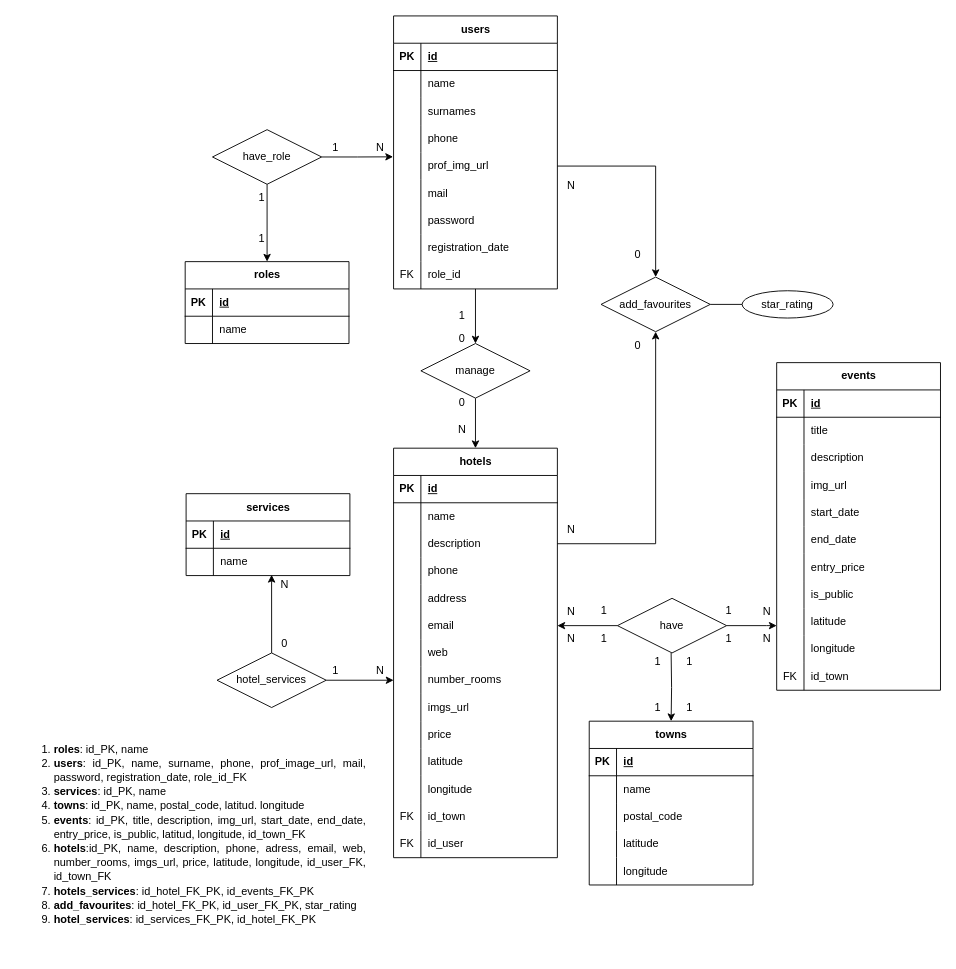
The draw.io diagram c6_hohoHotel.drawio in SerotDev/sru-abi-rlm-project-backend, before the edit. Source tidied: cells renumbered, new cells numbered last; positions are measured from the earlier drawing's top-left corner, leaving out a move shared by most shapes. Both pictures are drawn from the tidied source at 91%, with x=0, y=0 at pixel (15, 15).
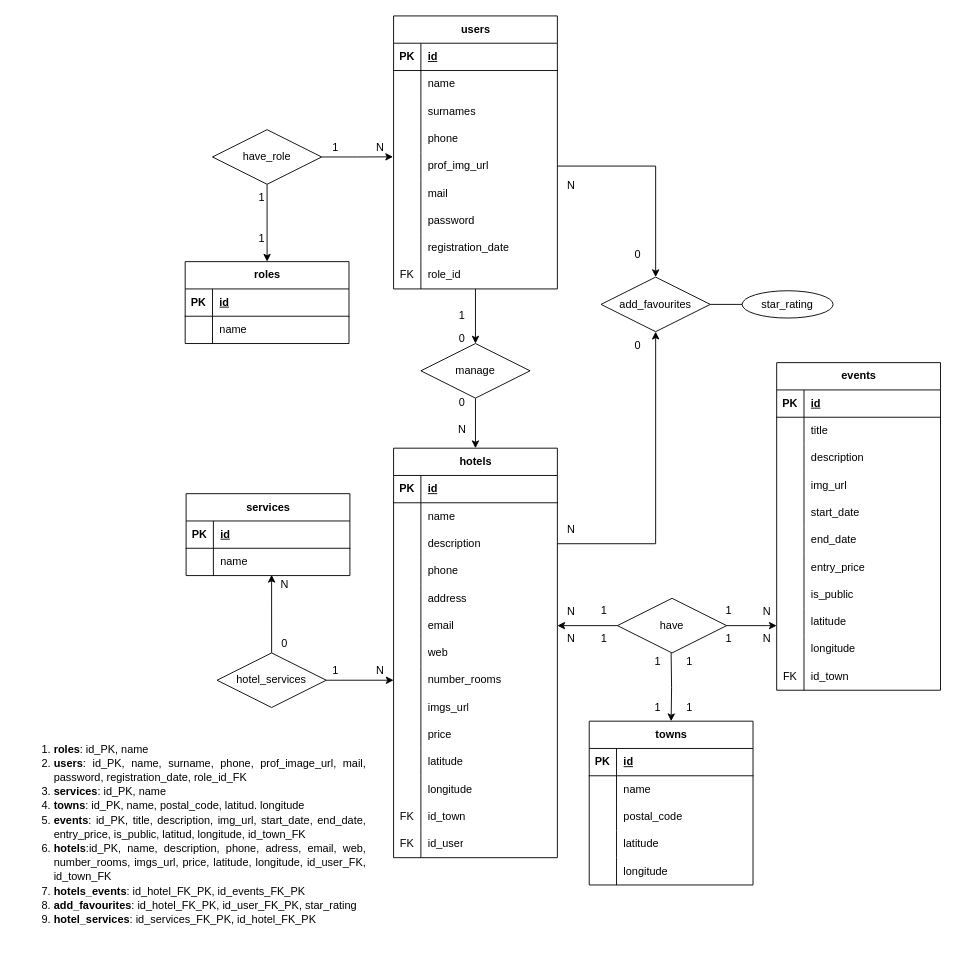
The same page after the edit.

Diff of the diagram source:
```diff
@@
-    <mxCell id="186" value="&lt;ol&gt;&lt;li style=&quot;line-height: 130%;&quot; align=&quot;justify&quot;&gt;&lt;font style=&quot;background-color: rgb(255, 255, 255);&quot;&gt;&lt;b&gt;roles&lt;/b&gt;: id_PK, name&lt;/font&gt;&lt;/li&gt;&lt;li style=&quot;line-height: 130%;&quot; align=&quot;justify&quot;&gt;&lt;font style=&quot;background-color: rgb(255, 255, 255);&quot;&gt;&lt;b&gt;users&lt;/b&gt;: id_PK, name, surname, phone, prof_image_url, mail, password, registration_date, role_id_FK&lt;/font&gt;&lt;/li&gt;&lt;li style=&quot;line-height: 130%;&quot; align=&quot;justify&quot;&gt;&lt;font style=&quot;background-color: rgb(255, 255, 255);&quot;&gt;&lt;b&gt;services&lt;/b&gt;: id_PK, name&lt;/font&gt;&lt;/li&gt;&lt;li style=&quot;line-height: 130%;&quot; align=&quot;justify&quot;&gt;&lt;font style=&quot;background-color: rgb(255, 255, 255);&quot;&gt;&lt;b&gt;towns&lt;/b&gt;: id_PK, name, postal_code, latitud. longitude&lt;/font&gt;&lt;/li&gt;&lt;li style=&quot;line-height: 130%;&quot; align=&quot;justify&quot;&gt;&lt;font style=&quot;background-color: rgb(255, 255, 255);&quot;&gt;&lt;b&gt;events&lt;/b&gt;: id_PK, title, description, img_url, start_date, end_date, entry_price, is_public, latitud, longitude, id_town_FK&lt;/font&gt;&lt;/li&gt;&lt;li style=&quot;line-height: 130%;&quot; align=&quot;justify&quot;&gt;&lt;font style=&quot;background-color: rgb(255, 255, 255);&quot;&gt;&lt;b&gt;hotels&lt;/b&gt;:id_PK, name, description, phone, adress, email, web, number_rooms, imgs_url, price, latitude, longitude, id_user_FK, id_town_FK&lt;/font&gt;&lt;/li&gt;&lt;li style=&quot;line-height: 130%;&quot; align=&quot;justify&quot;&gt;&lt;font style=&quot;background-color: rgb(255, 255, 255);&quot;&gt;&lt;b&gt;hotels_services&lt;/b&gt;: id_hotel_FK_PK, id_events_FK_PK&lt;/font&gt;&lt;/li&gt;&lt;li style=&quot;line-height: 130%;&quot; align=&quot;justify&quot;&gt;&lt;font style=&quot;background-color: rgb(255, 255, 255);&quot;&gt;&lt;b&gt;add_favourites&lt;/b&gt;: id_hotel_FK_PK, id_user_FK_PK, star_rating&lt;/font&gt;&lt;/li&gt;&lt;li style=&quot;line-height: 130%;&quot; align=&quot;justify&quot;&gt;&lt;font style=&quot;background-color: rgb(255, 255, 255);&quot;&gt;&lt;b&gt;hotel_services&lt;/b&gt;: id_services_FK_PK, id_hotel_FK_PK&lt;/font&gt;&lt;/li&gt;&lt;/ol&gt;&lt;div&gt;&lt;br&gt;&lt;/div&gt;" style="text;html=1;strokeColor=none;fillColor=none;align=left;verticalAlign=top;whiteSpace=wrap;rounded=0;" parent="1" vertex="1">
+    <mxCell id="186" value="&lt;ol&gt;&lt;li style=&quot;line-height: 130%;&quot; align=&quot;justify&quot;&gt;&lt;font style=&quot;background-color: rgb(255, 255, 255);&quot;&gt;&lt;b&gt;roles&lt;/b&gt;: id_PK, name&lt;/font&gt;&lt;/li&gt;&lt;li style=&quot;line-height: 130%;&quot; align=&quot;justify&quot;&gt;&lt;font style=&quot;background-color: rgb(255, 255, 255);&quot;&gt;&lt;b&gt;users&lt;/b&gt;: id_PK, name, surname, phone, prof_image_url, mail, password, registration_date, role_id_FK&lt;/font&gt;&lt;/li&gt;&lt;li style=&quot;line-height: 130%;&quot; align=&quot;justify&quot;&gt;&lt;font style=&quot;background-color: rgb(255, 255, 255);&quot;&gt;&lt;b&gt;services&lt;/b&gt;: id_PK, name&lt;/font&gt;&lt;/li&gt;&lt;li style=&quot;line-height: 130%;&quot; align=&quot;justify&quot;&gt;&lt;font style=&quot;background-color: rgb(255, 255, 255);&quot;&gt;&lt;b&gt;towns&lt;/b&gt;: id_PK, name, postal_code, latitud. longitude&lt;/font&gt;&lt;/li&gt;&lt;li style=&quot;line-height: 130%;&quot; align=&quot;justify&quot;&gt;&lt;font style=&quot;background-color: rgb(255, 255, 255);&quot;&gt;&lt;b&gt;events&lt;/b&gt;: id_PK, title, description, img_url, start_date, end_date, entry_price, is_public, latitud, longitude, id_town_FK&lt;/font&gt;&lt;/li&gt;&lt;li style=&quot;line-height: 130%;&quot; align=&quot;justify&quot;&gt;&lt;font style=&quot;background-color: rgb(255, 255, 255);&quot;&gt;&lt;b&gt;hotels&lt;/b&gt;:id_PK, name, description, phone, adress, email, web, number_rooms, imgs_url, price, latitude, longitude, id_user_FK, id_town_FK&lt;/font&gt;&lt;/li&gt;&lt;li style=&quot;line-height: 130%;&quot; align=&quot;justify&quot;&gt;&lt;font style=&quot;background-color: rgb(255, 255, 255);&quot;&gt;&lt;b&gt;hotels_events&lt;/b&gt;: id_hotel_FK_PK, id_events_FK_PK&lt;/font&gt;&lt;/li&gt;&lt;li style=&quot;line-height: 130%;&quot; align=&quot;justify&quot;&gt;&lt;font style=&quot;background-color: rgb(255, 255, 255);&quot;&gt;&lt;b&gt;add_favourites&lt;/b&gt;: id_hotel_FK_PK, id_user_FK_PK, star_rating&lt;/font&gt;&lt;/li&gt;&lt;li style=&quot;line-height: 130%;&quot; align=&quot;justify&quot;&gt;&lt;font style=&quot;background-color: rgb(255, 255, 255);&quot;&gt;&lt;b&gt;hotel_services&lt;/b&gt;: id_services_FK_PK, id_hotel_FK_PK&lt;/font&gt;&lt;/li&gt;&lt;/ol&gt;&lt;div&gt;&lt;br&gt;&lt;/div&gt;" style="text;html=1;strokeColor=none;fillColor=none;align=left;verticalAlign=top;whiteSpace=wrap;rounded=0;" parent="1" vertex="1">
       <mxGeometry y="780" width="385" height="250" as="geometry" />
     </mxCell>
```
